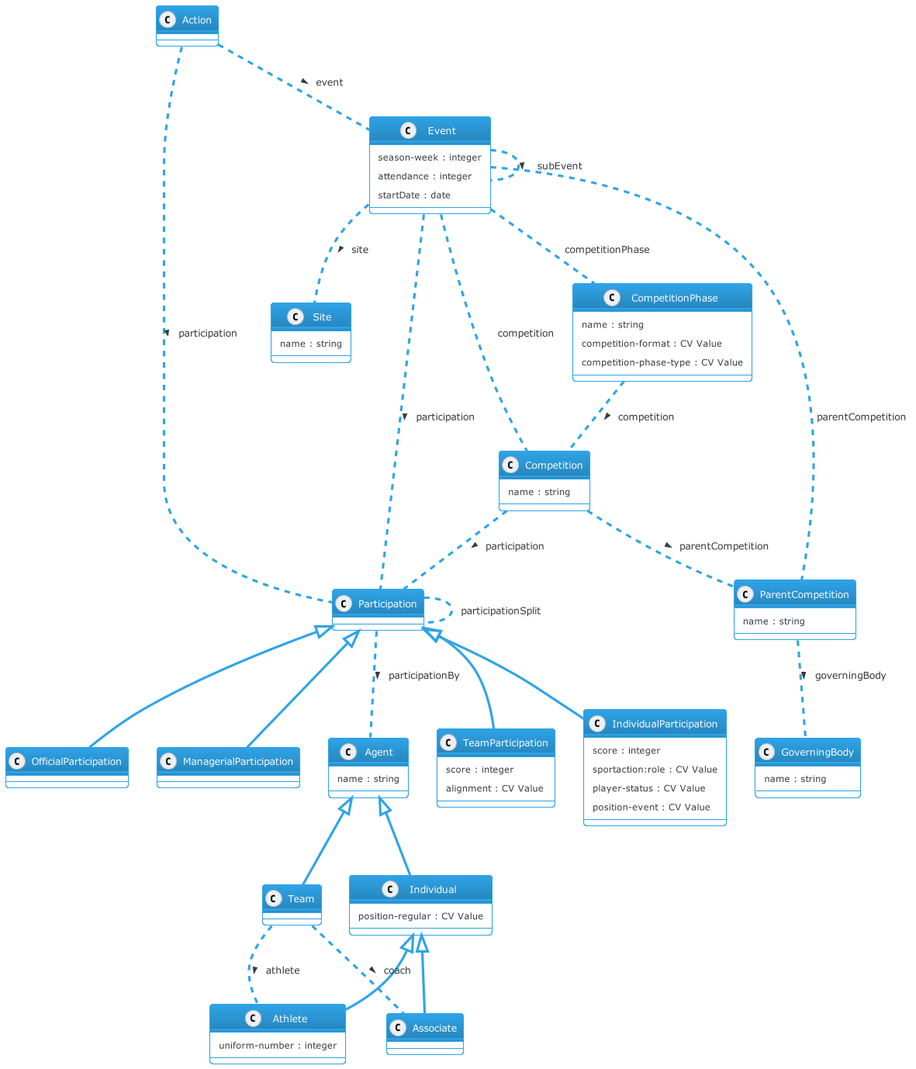
Above: docs/diagrams/iptc-sport-model.png in iptc/sport-schema (PlantUML), before the change.
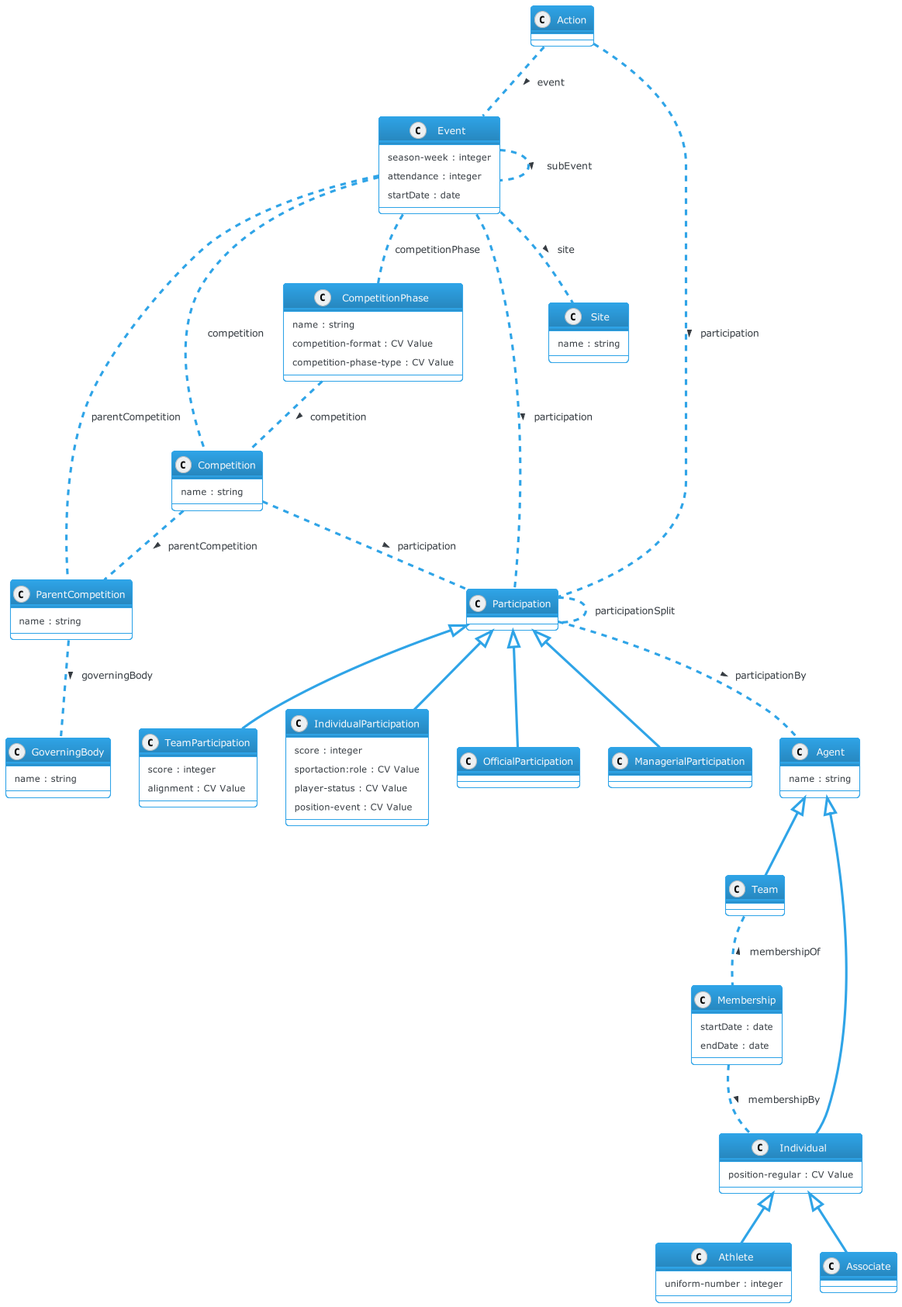
After the commit.

Commit message:
Adding membership to class diagram

What changed in the source:
```diff
@@ -70,6 +70,11 @@
 Individual <|-- Associate
 class Associate { }
 
+class Membership {
+  startDate : date
+  endDate : date
+}
+
 class Site {
   name : string
 }
@@ -89,7 +94,7 @@
 Participation .. Participation : participationSplit
 Event .. Event : > subEvent
 Participation .. Agent : > participationBy
-Team .. Athlete : > athlete
-Team .. Associate : > coach
+Team .. Membership : < membershipOf
+Membership .. Individual : > membershipBy
 Event .. Site :  > site
 @enduml
```
